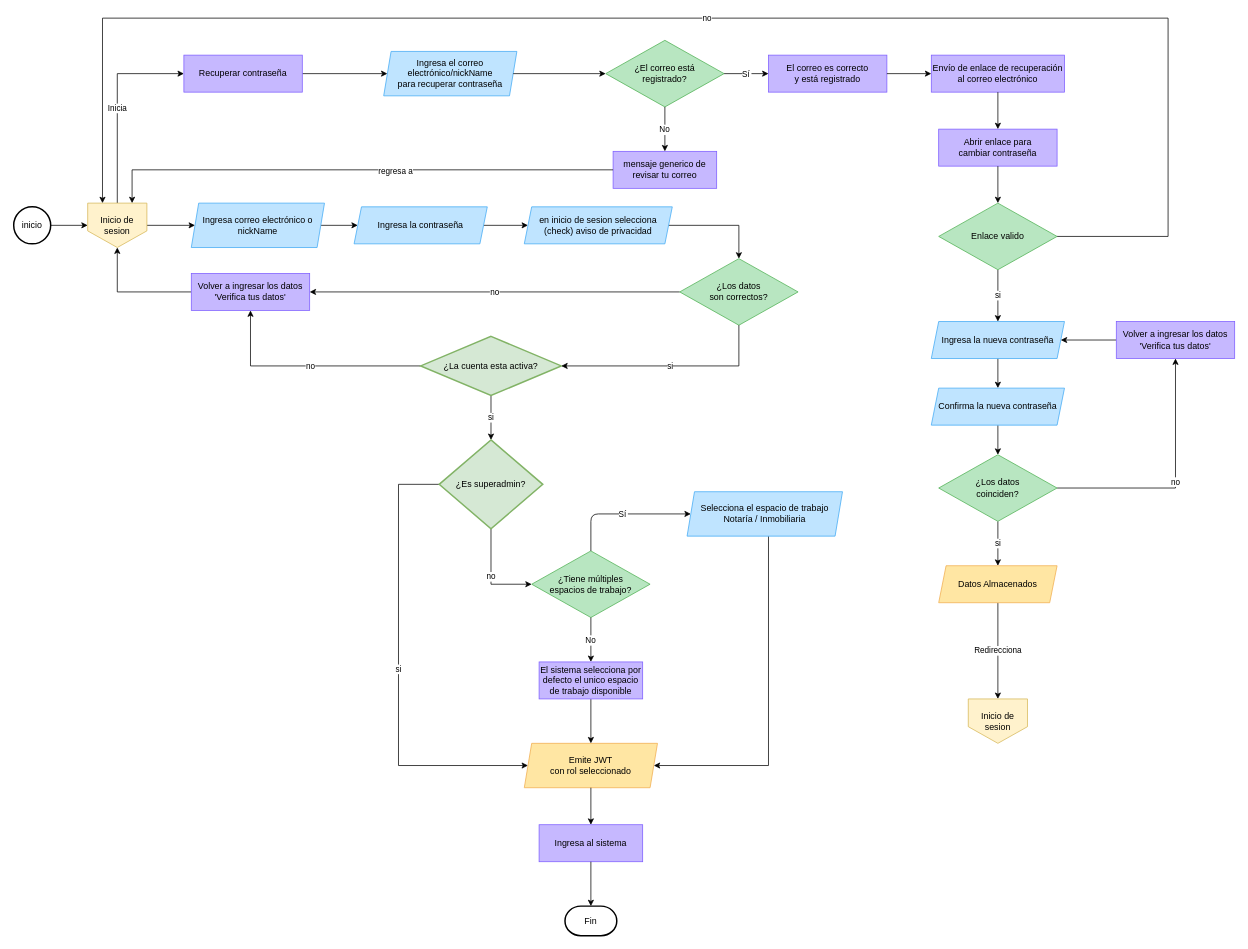
Earlier version of the draw.io diagram docs/flujos/inicio-sesion.drawio (Cromeror/pld-workspace). Source tidied: cells renumbered, new cells numbered last; positions are measured from the earlier drawing's top-left corner, leaving out a move shared by most shapes. Both pictures are drawn from the tidied source at 74%, with x=0, y=0 at pixel (13, 18).
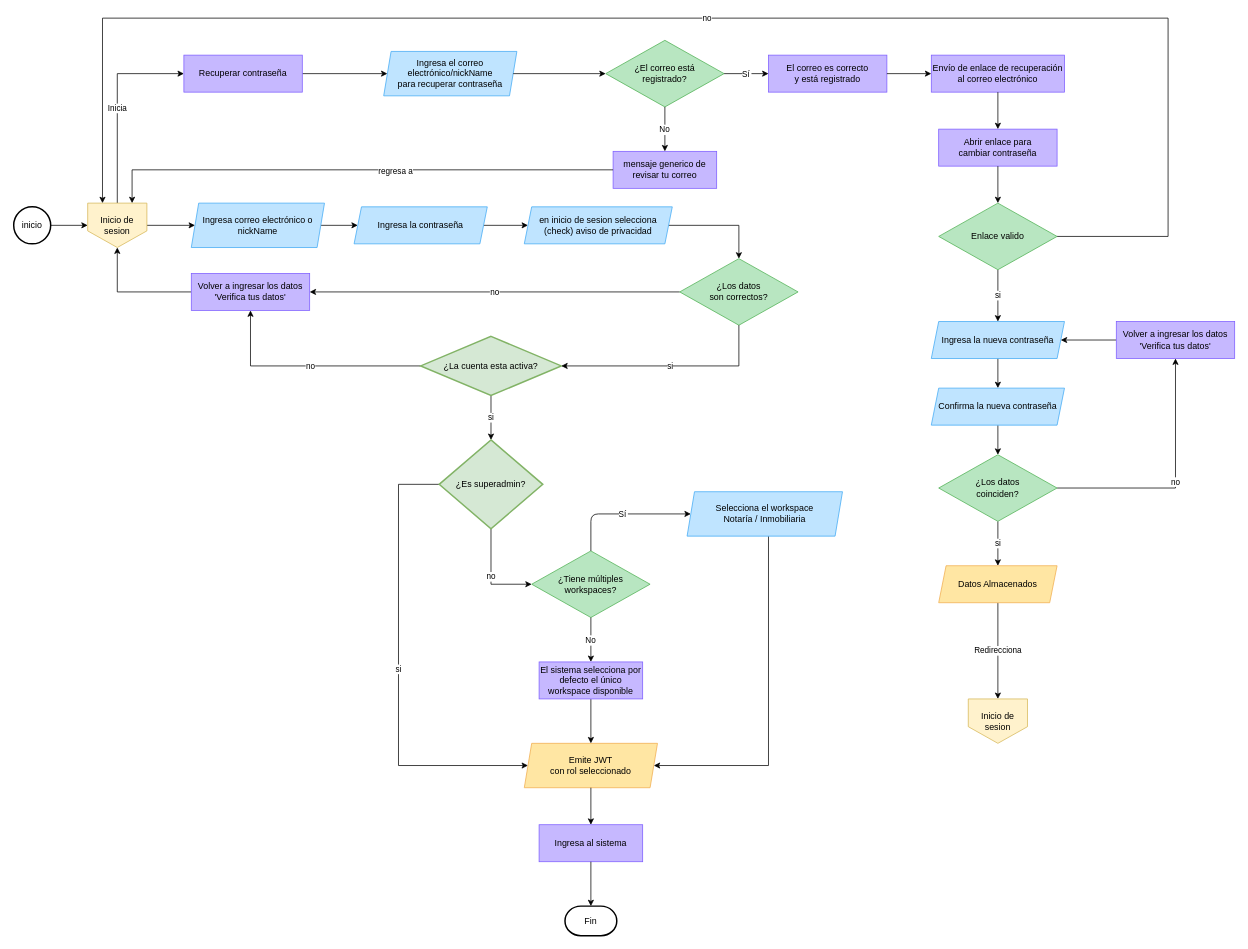
Above is the later version.

The edit, as a diff of the source:
```diff
@@
-    <mxCell id="10" value="¿Tiene múltiples&lt;br&gt;espacios de trabajo?" style="rhombus;whiteSpace=wrap;html=1;fillColor=#b8e6c1;strokeColor=#4caf50;" parent="1" vertex="1">
+    <mxCell id="10" value="¿Tiene múltiples&lt;br&gt;workspaces?" style="rhombus;whiteSpace=wrap;html=1;fillColor=#b8e6c1;strokeColor=#4caf50;" parent="1" vertex="1">
       <mxGeometry x="700" y="720" width="160" height="90" as="geometry" />
     </mxCell>
@@
-    <mxCell id="12" value="Selecciona el espacio de trabajo&lt;br&gt;Notaría / Inmobiliaria" style="shape=parallelogram;perimeter=parallelogramPerimeter;whiteSpace=wrap;html=1;fixedSize=1;size=10;fillColor=#bfe4ff;strokeColor=#3fa9f5;" parent="1" vertex="1">
+    <mxCell id="12" value="Selecciona el workspace&lt;br&gt;Notaría / Inmobiliaria" style="shape=parallelogram;perimeter=parallelogramPerimeter;whiteSpace=wrap;html=1;fixedSize=1;size=10;fillColor=#bfe4ff;strokeColor=#3fa9f5;" parent="1" vertex="1">
       <mxGeometry x="910" y="640" width="210" height="60" as="geometry" />
     </mxCell>
@@
-    <mxCell id="61" value="El sistema selecciona por defecto el unico espacio de trabajo disponible" style="whiteSpace=wrap;html=1;fillColor=#c6b8ff;strokeColor=#7c5cff;" parent="1" vertex="1">
+    <mxCell id="61" value="El sistema selecciona por defecto el único workspace disponible" style="whiteSpace=wrap;html=1;fillColor=#c6b8ff;strokeColor=#7c5cff;" parent="1" vertex="1">
       <mxGeometry x="710" y="870" width="140" height="50" as="geometry" />
     </mxCell>
```
